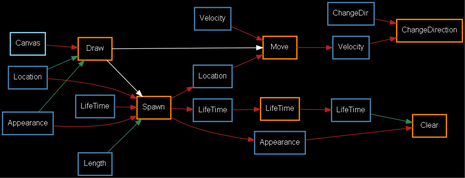
BenzzzX/NESL keeps this Graphviz diagram as ESLConsole/test.png. Above is the earlier version. Its source is kept beside it as ESLConsole/test.gv.
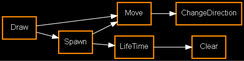
After the change.

What changed in the source:
```diff
@@ -6,52 +6,17 @@
 node [shape=rectangle, fontname="helvetica", fontsize=12, fontcolor=white]
 
 "Draw" [label="Draw", style=bold, color=darkorange]
+"Spawn" [label="Spawn", style=bold, color=darkorange]
 "Move" [label="Move", style=bold, color=darkorange]
 "LifeTime" [label="LifeTime", style=bold, color=darkorange]
+"Clear" [label="Clear", style=bold, color=darkorange]
 "ChangeDirection" [label="ChangeDirection", style=bold, color=darkorange]
-"Clear" [label="Clear", style=bold, color=darkorange]
-"Spawn" [label="Spawn", style=bold, color=darkorange]
 
+"Draw" -> { "Spawn" } [color=white]
 "Draw" -> { "Move" } [color=white]
-"Draw" -> { "Spawn" } [color=white]
+"Spawn" -> { "Move" } [color=white]
+"Spawn" -> { "LifeTime" } [color=white]
+"Move" -> { "ChangeDirection" } [color=white]
+"LifeTime" -> { "Clear" } [color=white]
 
-"LifeTime0" [label="LifeTime", style=bold, color= steelblue]
-"LifeTime0" -> { } [color=seagreen]
-"LifeTime0" -> { "Spawn" } [color=firebrick]
-"Location0" [label="Location", style=bold, color= steelblue]
-"Location0" -> { "Draw" } [color=seagreen]
-"Location0" -> { "Spawn" } [color=firebrick]
-"ChangeDir0" [label="ChangeDir", style=bold, color= steelblue]
-"ChangeDir0" -> { } [color=seagreen]
-"ChangeDir0" -> { "ChangeDirection" } [color=firebrick]
-"Appearance0" [label="Appearance", style=bold, color= steelblue]
-"Appearance0" -> { "Draw" } [color=seagreen]
-"Appearance0" -> { "Spawn" } [color=firebrick]
-"Canvas0" [label="Canvas", style=bold, color= skyblue]
-"Canvas0" -> { } [color=seagreen]
-"Canvas0" -> { "Draw" } [color=firebrick]
-"Velocity0" [label="Velocity", style=bold, color= steelblue]
-"Velocity0" -> { } [color=seagreen]
-"Velocity0" -> { "Move" } [color=firebrick]
-"Length0" [label="Length", style=bold, color= steelblue]
-"Length0" -> { "Spawn" } [color=seagreen]
-"LifeTime1" [label="LifeTime", style=bold, color= steelblue]
-"LifeTime1" -> { } [color=seagreen]
-"LifeTime1" -> { "LifeTime" } [color=firebrick]
-"Spawn" -> { "LifeTime1" } [color=firebrick]
-"Location1" [label="Location", style=bold, color= steelblue]
-"Location1" -> { } [color=seagreen]
-"Location1" -> { "Move" } [color=firebrick]
-"Spawn" -> { "Location1" } [color=firebrick]
-"Appearance1" [label="Appearance", style=bold, color= steelblue]
-"Appearance1" -> { } [color=seagreen]
-"Appearance1" -> { "Clear" } [color=firebrick]
-"Spawn" -> { "Appearance1" } [color=firebrick]
-"Velocity1" [label="Velocity", style=bold, color= steelblue]
-"Velocity1" -> { } [color=seagreen]
-"Velocity1" -> { "ChangeDirection" } [color=firebrick]
-"Move" -> { "Velocity1" } [color=firebrick]
-"LifeTime2" [label="LifeTime", style=bold, color= steelblue]
-"LifeTime2" -> { "Clear" } [color=seagreen]
-"LifeTime" -> { "LifeTime2" } [color=firebrick]
 }
```
